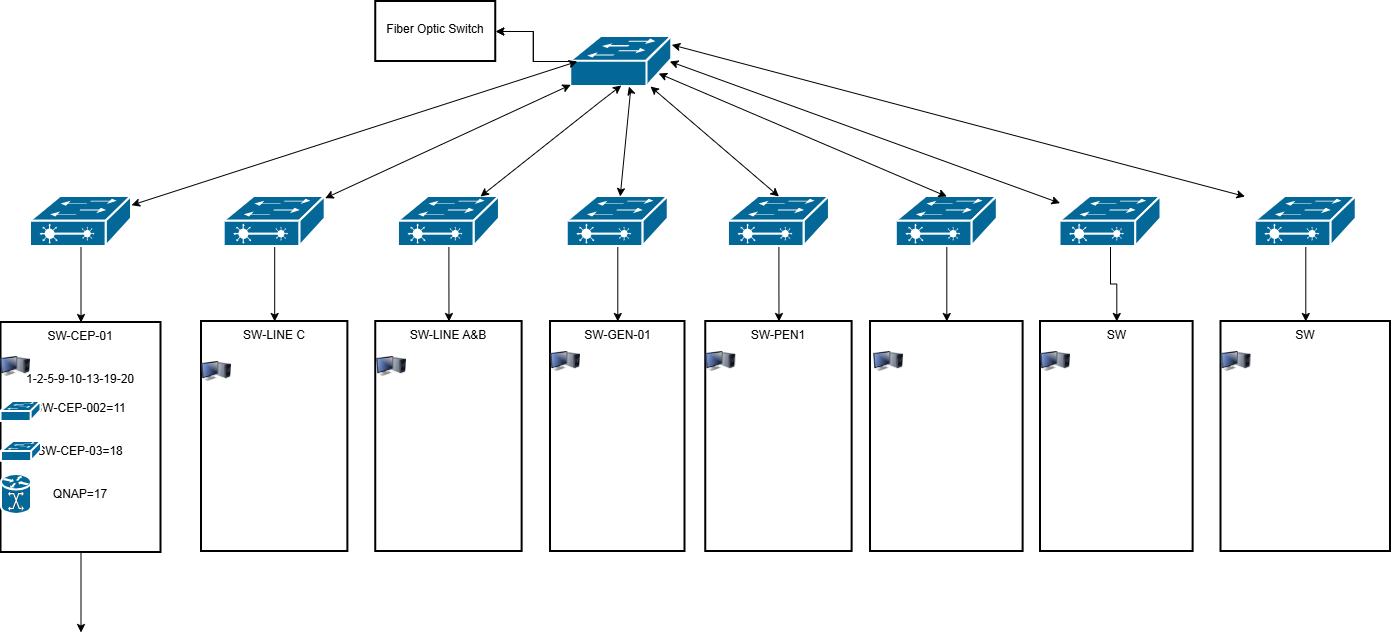
Before: Untitled Diagram.drawio.png, a diagram exported from draw.io (hrezapour21-blip/hasanafa). Source tidied: cells renumbered, new cells last; positions are measured from the earlier drawing's top-left corner, leaving out a move shared by most shapes.
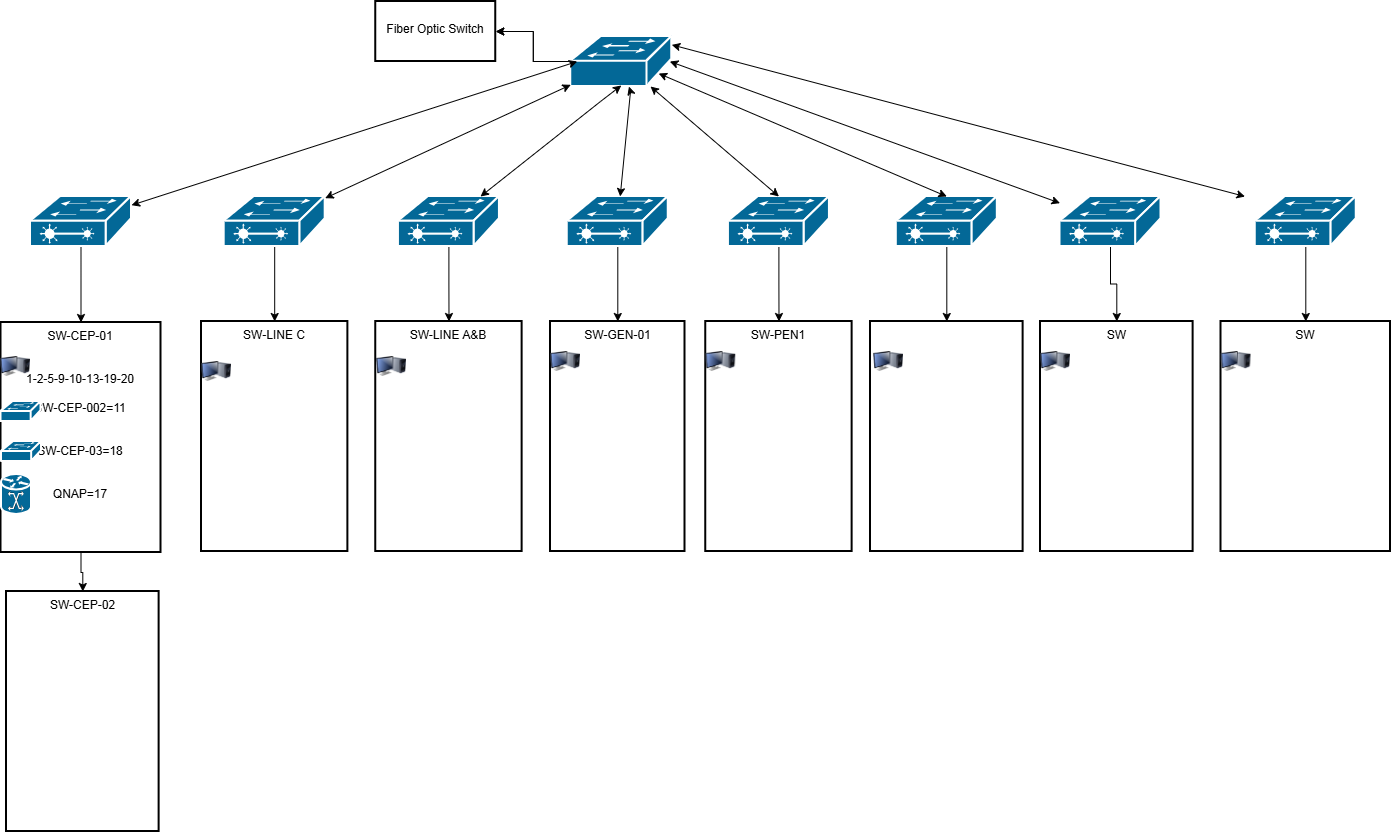
The same file after the commit.

Diff of the diagram source:
```diff
@@ -74,11 +74,9 @@
     <mxCell id="23" style="endArrow=classic;startArrow=classic;html=1;rounded=0;entryX=0.5;entryY=0;entryDx=0;entryDy=0;entryPerimeter=0;exitX=0.87;exitY=0.74;exitDx=0;exitDy=0;exitPerimeter=0;" parent="1" edge="1" source="4" target="16">
       <mxGeometry relative="1" as="geometry" />
     </mxCell>
-    <mxCell id="24" style="edgeStyle=orthogonalEdgeStyle;rounded=0;jettySize=auto;html=1;" parent="1" edge="1" source="25">
-      <mxGeometry relative="1" as="geometry">
-        <mxPoint x="80.5" y="631" as="targetPoint" />
-      </mxGeometry>
-    </mxCell>
+    <mxCell id="50" style="edgeStyle=orthogonalEdgeStyle;rounded=0;jettySize=auto;html=1;" parent="1" edge="1" source="25" target="51">
+      <mxGeometry relative="1" as="geometry" />
+    </mxCell>
     <mxCell id="25" value="SW-CEP-01&lt;br&gt;&lt;div&gt;&lt;br&gt;&lt;/div&gt;&lt;div&gt;&lt;br&gt;&lt;/div&gt;&lt;div&gt;1-2-5-9-10-13-19-20&lt;/div&gt;&lt;div&gt;&lt;br&gt;&lt;/div&gt;&lt;div&gt;SW-CEP-002=11&lt;/div&gt;&lt;div&gt;&lt;br&gt;&lt;/div&gt;&lt;div&gt;&lt;br&gt;&lt;/div&gt;&lt;div&gt;SW-CEP-03=18&lt;/div&gt;&lt;div&gt;&lt;br&gt;&lt;/div&gt;&lt;div&gt;&lt;br&gt;&lt;/div&gt;&lt;div&gt;QNAP=17&lt;/div&gt;&lt;div&gt;&lt;br&gt;&lt;/div&gt;" style="whiteSpace=wrap;html=1;verticalAlign=top;sketch=0;dashed=0;strokeWidth=2;align=center;" parent="1" vertex="1">
       <mxGeometry x="0.5" y="321" width="160" height="230" as="geometry" />
     </mxCell>
@@ -161,5 +159,8 @@
     <mxCell id="49" style="strokeColor=#ffffff;sketch=0;html=1;dashed=0;fillColor=#036897;strokeWidth=2;verticalLabelPosition=bottom;verticalAlign=top;align=center;shape=mxgraph.cisco.switches.mgx_8000_multiservice_switch;" parent="1" vertex="1">
       <mxGeometry x="1" y="473" width="30" height="40" as="geometry" />
     </mxCell>
+    <mxCell id="51" value="SW-CEP-02&lt;div&gt;&lt;br&gt;&lt;/div&gt;&lt;div&gt;&lt;br&gt;&lt;/div&gt;" style="whiteSpace=wrap;html=1;verticalAlign=top;sketch=0;dashed=0;strokeWidth=2;" parent="1" vertex="1">
+      <mxGeometry x="6" y="590" width="152.6" height="240" as="geometry" />
+    </mxCell>
   </root>
 </mxGraphModel>
```
